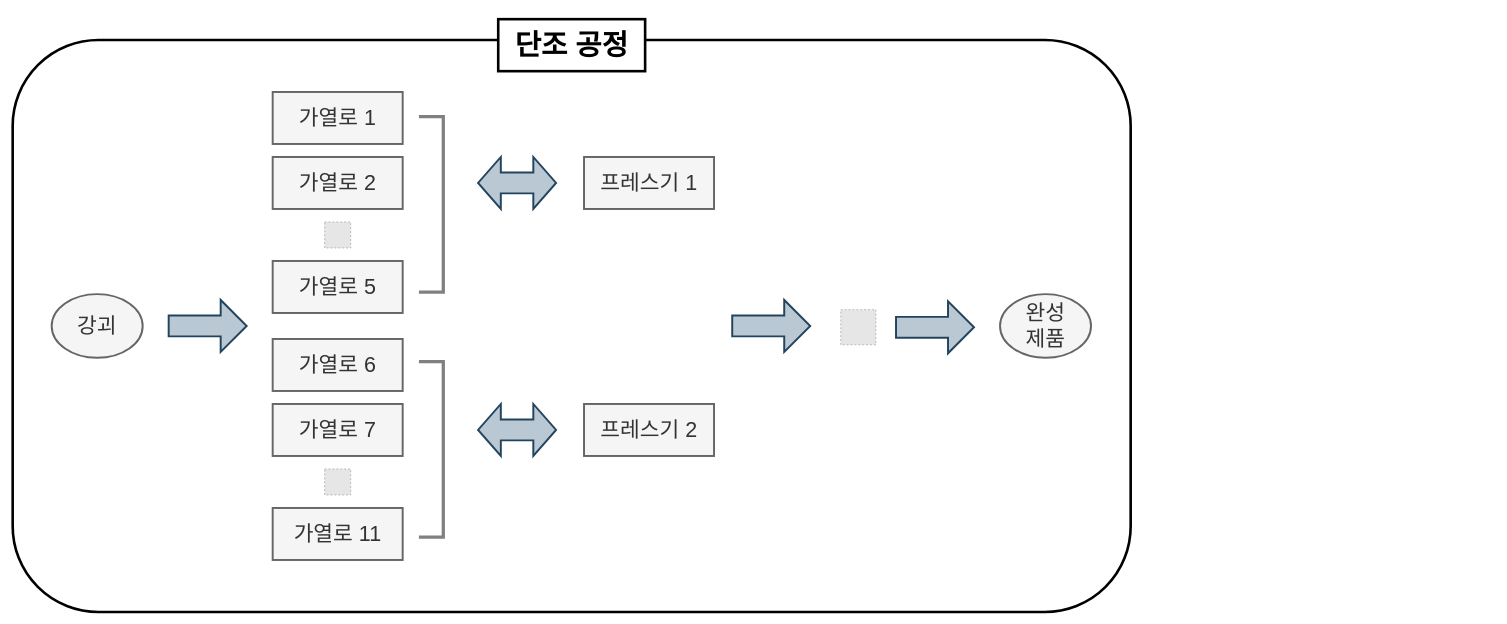
The draw.io diagram 공정개요.drawio in seheeP/statistic, before the edit. Source tidied: cells renumbered, new cells numbered last; positions are measured from the earlier drawing's top-left corner, leaving out a move shared by most shapes. Both pictures are drawn from the tidied source at 65%, with x=0, y=0 at pixel (12, 19). Pictures stored in the file or linked from it are replaced by grey dashed boxes.
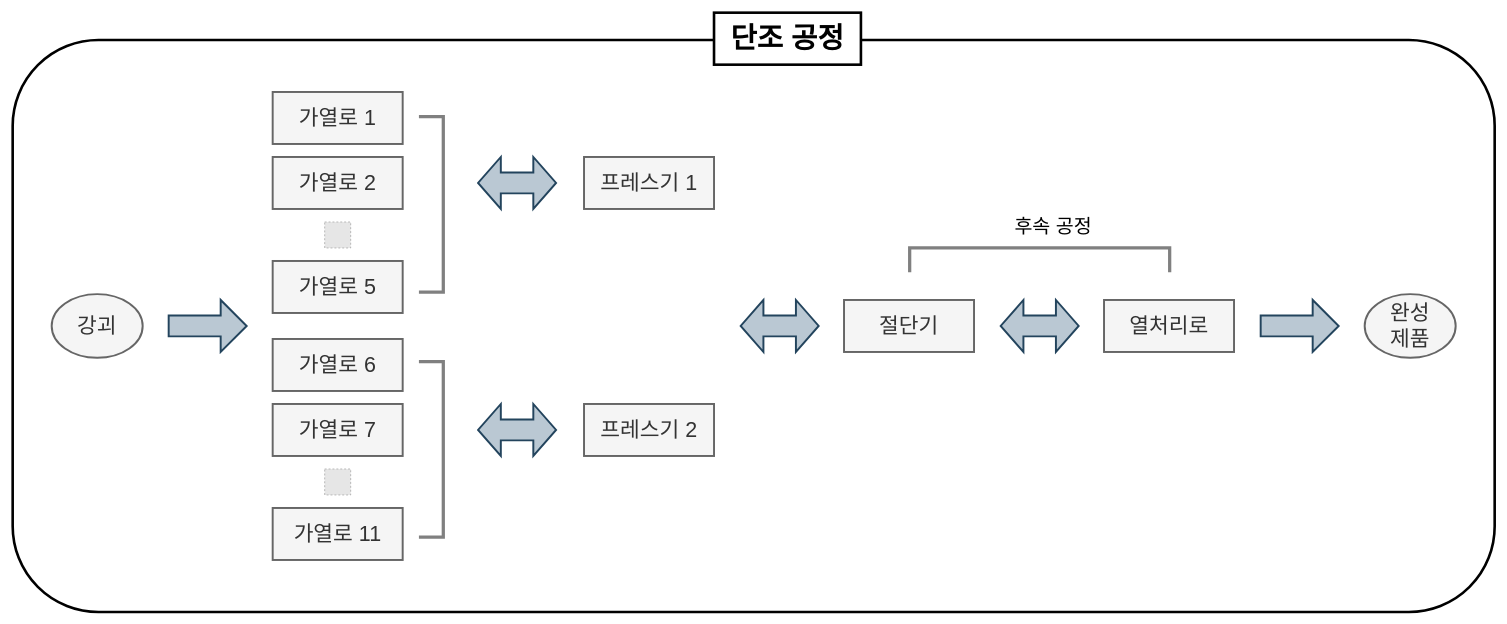
After the change.

What changed in the source:
```diff
@@
     <mxCell id="2" style="rounded=1;whiteSpace=wrap;html=1;fontSize=44;strokeWidth=4;fillColor=none;" parent="1" vertex="1">
-      <mxGeometry y="32" width="1720" height="880" as="geometry" />
+      <mxGeometry y="32" width="2280" height="880" as="geometry" />
     </mxCell>
@@
-    <mxCell id="10" style="html=1;shadow=0;dashed=0;align=center;verticalAlign=middle;shape=mxgraph.arrows2.arrow;dy=0.6;dx=40;notch=0;rounded=0;fontSize=22;strokeWidth=3;fillColor=#bac8d3;strokeColor=#23445d;" parent="1" vertex="1">
-      <mxGeometry x="1107" y="432" width="120" height="80" as="geometry" />
-    </mxCell>
     <mxCell id="11" value="완성&lt;br style=&quot;font-size: 33px;&quot;&gt;제품" style="ellipse;whiteSpace=wrap;html=1;rounded=0;fontSize=33;strokeWidth=3;fillColor=#f5f5f5;strokeColor=#666666;fontColor=#333333;" parent="1" vertex="1">
-      <mxGeometry x="1519" y="423" width="140" height="98" as="geometry" />
+      <mxGeometry x="2080" y="423" width="140" height="98" as="geometry" />
     </mxCell>
     <mxCell id="12" style="html=1;shadow=0;dashed=0;align=center;verticalAlign=middle;shape=mxgraph.arrows2.arrow;dy=0.6;dx=40;notch=0;rounded=0;fontSize=22;strokeWidth=3;fillColor=#bac8d3;strokeColor=#23445d;" parent="1" vertex="1">
-      <mxGeometry x="1359" y="434" width="120" height="80" as="geometry" />
+      <mxGeometry x="1920" y="432" width="120" height="80" as="geometry" />
     </mxCell>
-    <mxCell id="13" style="fillColor=#E6E6E6;strokeColor=#999999;dashed=1;html=1;verticalAlign=top;verticalLabelPosition=bottom;labelBackgroundColor=#ffffff;fontSize=22;" parent="1" vertex="1">
-      <mxGeometry x="1274" y="447" width="54" height="54" as="geometry" />
-    </mxCell>
@@
     <mxCell id="15" value="&lt;b&gt;&lt;font style=&quot;font-size: 44px&quot;&gt;단조 공정&lt;/font&gt;&lt;/b&gt;" style="rounded=0;whiteSpace=wrap;html=1;fontSize=22;strokeWidth=4;fillColor=#FFFFFF;" parent="1" vertex="1">
-      <mxGeometry x="747" width="226" height="80" as="geometry" />
+      <mxGeometry x="1079" y="-10" width="226" height="80" as="geometry" />
     </mxCell>
@@
+    <mxCell id="25" style="html=1;shadow=0;dashed=0;align=center;verticalAlign=middle;shape=mxgraph.arrows2.twoWayArrow;dy=0.6;dx=35;fontSize=22;fillColor=#bac8d3;strokeColor=#23445d;strokeWidth=3;" parent="1" vertex="1">
+      <mxGeometry x="1120" y="432" width="120" height="80" as="geometry" />
+    </mxCell>
+    <mxCell id="26" value="절단기" style="rounded=0;whiteSpace=wrap;html=1;fontSize=33;fillColor=#f5f5f5;strokeColor=#666666;fontColor=#333333;strokeWidth=3;" parent="1" vertex="1">
+      <mxGeometry x="1279" y="432" width="200" height="80" as="geometry" />
+    </mxCell>
+    <mxCell id="27" style="html=1;shadow=0;dashed=0;align=center;verticalAlign=middle;shape=mxgraph.arrows2.twoWayArrow;dy=0.6;dx=35;fontSize=22;fillColor=#bac8d3;strokeColor=#23445d;strokeWidth=3;" parent="1" vertex="1">
+      <mxGeometry x="1520" y="432" width="120" height="80" as="geometry" />
+    </mxCell>
+    <mxCell id="28" value="열처리로" style="rounded=0;whiteSpace=wrap;html=1;fontSize=33;fillColor=#f5f5f5;strokeColor=#666666;fontColor=#333333;strokeWidth=3;" parent="1" vertex="1">
+      <mxGeometry x="1679" y="432" width="200" height="80" as="geometry" />
+    </mxCell>
+    <mxCell id="29" style="shape=partialRectangle;whiteSpace=wrap;html=1;bottom=1;right=1;left=1;top=0;fillColor=none;routingCenterX=-0.5;rotation=-180;strokeWidth=5;strokeColor=#808080;" parent="1" vertex="1">
+      <mxGeometry x="1380" y="352" width="400" height="35" as="geometry" />
+    </mxCell>
+    <mxCell id="30" value="&lt;font style=&quot;font-size: 30px&quot;&gt;후속 공정&lt;/font&gt;" style="text;html=1;strokeColor=none;fillColor=none;align=center;verticalAlign=middle;whiteSpace=wrap;rounded=0;fontSize=24;" parent="1" vertex="1">
+      <mxGeometry x="1531" y="302.5" width="140" height="30" as="geometry" />
+    </mxCell>
```
